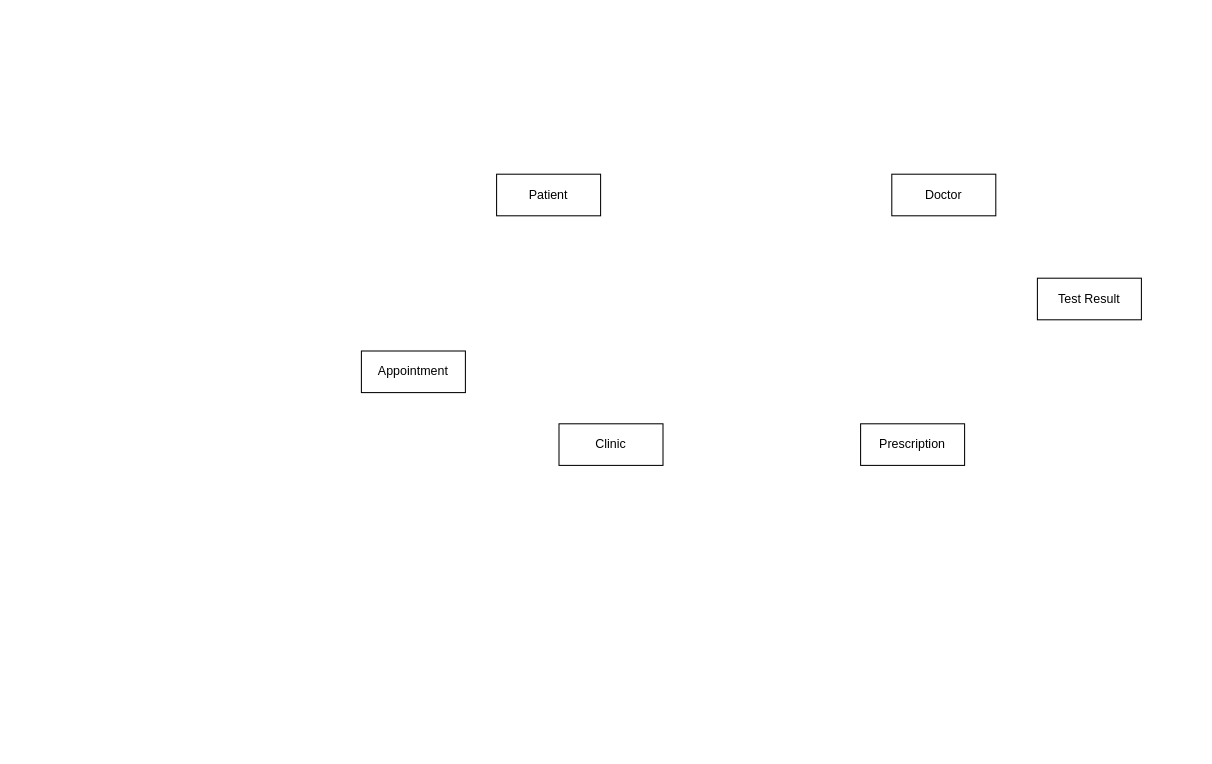
Earlier version of the draw.io diagram Qlypk.drawio (Kkrommm24/Project_SQLSERVER). Source tidied: cells renumbered, new cells numbered last; positions are measured from the earlier drawing's top-left corner, leaving out a move shared by most shapes. Both pictures are drawn from the tidied source at 104%, with x=0, y=0 at pixel (361, 174).
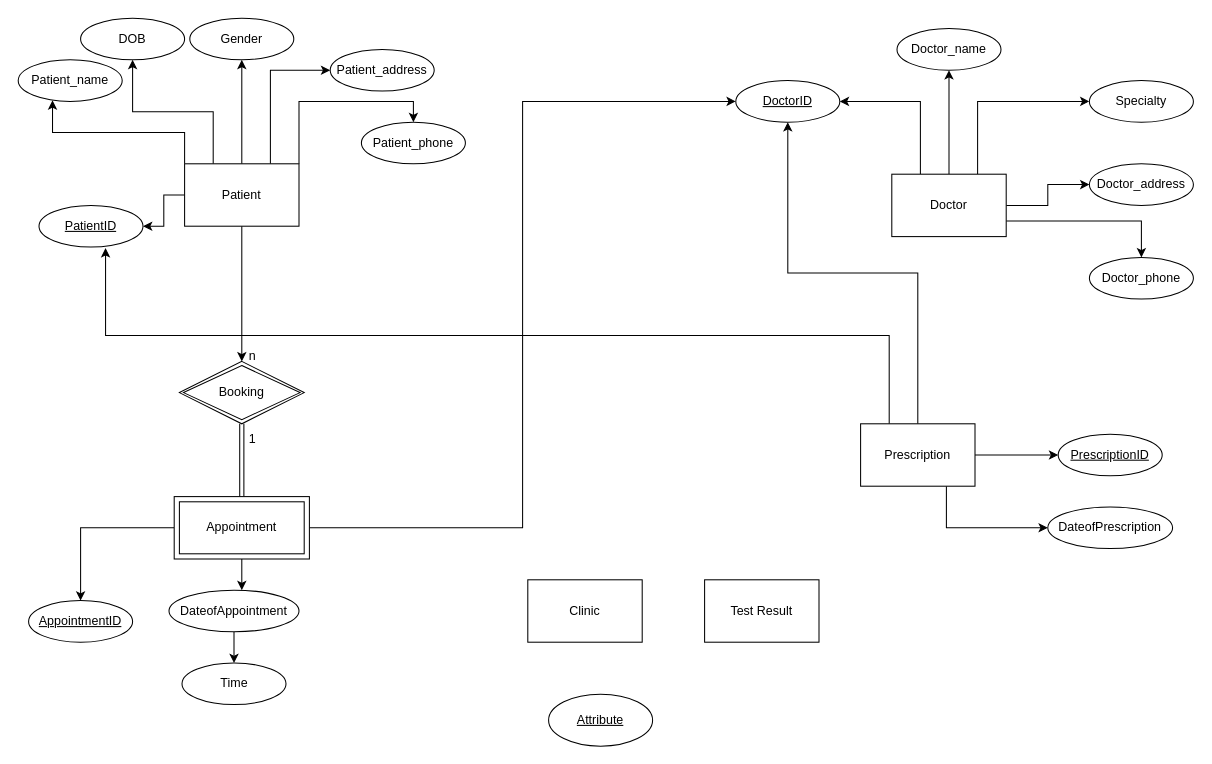
After the change.

Change to the diagram source:
```diff
@@
+    <mxCell id="8" style="edgeStyle=orthogonalEdgeStyle;rounded=0;jettySize=auto;html=1;exitX=0;exitY=0;exitDx=0;exitDy=0;entryX=0.33;entryY=0.975;entryDx=0;entryDy=0;entryPerimeter=0;" parent="1" edge="1" source="2" target="25">
+      <mxGeometry relative="1" as="geometry" />
+    </mxCell>
+    <mxCell id="9" style="edgeStyle=orthogonalEdgeStyle;rounded=0;jettySize=auto;html=1;exitX=0.5;exitY=0;exitDx=0;exitDy=0;" parent="1" edge="1" source="2" target="27">
+      <mxGeometry relative="1" as="geometry" />
+    </mxCell>
+    <mxCell id="10" style="edgeStyle=orthogonalEdgeStyle;rounded=0;jettySize=auto;html=1;exitX=0;exitY=0.5;exitDx=0;exitDy=0;entryX=1;entryY=0.5;entryDx=0;entryDy=0;" parent="1" edge="1" source="2" target="24">
+      <mxGeometry relative="1" as="geometry" />
+    </mxCell>
+    <mxCell id="11" style="edgeStyle=orthogonalEdgeStyle;rounded=0;jettySize=auto;html=1;exitX=1;exitY=0;exitDx=0;exitDy=0;entryX=0.5;entryY=0;entryDx=0;entryDy=0;" parent="1" edge="1" source="2" target="29">
+      <mxGeometry relative="1" as="geometry" />
+    </mxCell>
+    <mxCell id="12" style="edgeStyle=orthogonalEdgeStyle;rounded=0;jettySize=auto;html=1;exitX=0.25;exitY=0;exitDx=0;exitDy=0;entryX=0.5;entryY=1;entryDx=0;entryDy=0;" parent="1" edge="1" source="2" target="28">
+      <mxGeometry relative="1" as="geometry" />
+    </mxCell>
+    <mxCell id="13" style="edgeStyle=orthogonalEdgeStyle;rounded=0;jettySize=auto;html=1;exitX=0.75;exitY=0;exitDx=0;exitDy=0;entryX=0;entryY=0.5;entryDx=0;entryDy=0;" parent="1" edge="1" source="2" target="26">
+      <mxGeometry relative="1" as="geometry" />
+    </mxCell>
+    <mxCell id="14" style="edgeStyle=orthogonalEdgeStyle;rounded=0;jettySize=auto;html=1;exitX=0.5;exitY=1;exitDx=0;exitDy=0;" parent="1" edge="1" source="2" target="48">
+      <mxGeometry relative="1" as="geometry" />
+    </mxCell>
     <mxCell id="2" value="Patient" style="whiteSpace=wrap;html=1;align=center;" parent="1" vertex="1">
-      <mxGeometry x="130" width="100" height="40" as="geometry" />
+      <mxGeometry x="-170" y="-10" width="110" height="60" as="geometry" />
     </mxCell>
+    <mxCell id="15" style="edgeStyle=orthogonalEdgeStyle;rounded=0;jettySize=auto;html=1;exitX=0.25;exitY=0;exitDx=0;exitDy=0;entryX=1;entryY=0.5;entryDx=0;entryDy=0;" parent="1" edge="1" source="3" target="30">
+      <mxGeometry relative="1" as="geometry" />
+    </mxCell>
+    <mxCell id="16" style="edgeStyle=orthogonalEdgeStyle;rounded=0;jettySize=auto;html=1;exitX=0.5;exitY=0;exitDx=0;exitDy=0;entryX=0.5;entryY=1;entryDx=0;entryDy=0;" parent="1" edge="1" source="3" target="34">
+      <mxGeometry relative="1" as="geometry" />
+    </mxCell>
+    <mxCell id="17" style="edgeStyle=orthogonalEdgeStyle;rounded=0;jettySize=auto;html=1;exitX=0.75;exitY=0;exitDx=0;exitDy=0;entryX=0;entryY=0.5;entryDx=0;entryDy=0;" parent="1" edge="1" source="3" target="33">
+      <mxGeometry relative="1" as="geometry" />
+    </mxCell>
+    <mxCell id="18" style="edgeStyle=orthogonalEdgeStyle;rounded=0;jettySize=auto;html=1;exitX=1;exitY=0.75;exitDx=0;exitDy=0;entryX=0.5;entryY=0;entryDx=0;entryDy=0;" parent="1" edge="1" source="3" target="31">
+      <mxGeometry relative="1" as="geometry" />
+    </mxCell>
+    <mxCell id="19" style="edgeStyle=orthogonalEdgeStyle;rounded=0;jettySize=auto;html=1;exitX=1;exitY=0.5;exitDx=0;exitDy=0;entryX=0;entryY=0.5;entryDx=0;entryDy=0;" parent="1" edge="1" source="3" target="32">
+      <mxGeometry relative="1" as="geometry" />
+    </mxCell>
     <mxCell id="3" value="Doctor" style="whiteSpace=wrap;html=1;align=center;" parent="1" vertex="1">
-      <mxGeometry x="510" width="100" height="40" as="geometry" />
+      <mxGeometry x="510" width="110" height="60" as="geometry" />
     </mxCell>
-    <mxCell id="4" value="Appointment" style="whiteSpace=wrap;html=1;align=center;" parent="1" vertex="1">
-      <mxGeometry y="170" width="100" height="40" as="geometry" />
-    </mxCell>
     <mxCell id="5" value="Clinic" style="whiteSpace=wrap;html=1;align=center;" parent="1" vertex="1">
-      <mxGeometry x="190" y="240" width="100" height="40" as="geometry" />
+      <mxGeometry x="160" y="390" width="110" height="60" as="geometry" />
     </mxCell>
+    <mxCell id="20" style="edgeStyle=orthogonalEdgeStyle;rounded=0;jettySize=auto;html=1;exitX=1;exitY=0.5;exitDx=0;exitDy=0;entryX=0;entryY=0.5;entryDx=0;entryDy=0;" parent="1" edge="1" source="6" target="40">
+      <mxGeometry relative="1" as="geometry" />
+    </mxCell>
+    <mxCell id="21" style="edgeStyle=orthogonalEdgeStyle;rounded=0;jettySize=auto;html=1;exitX=0.75;exitY=1;exitDx=0;exitDy=0;entryX=0;entryY=0.5;entryDx=0;entryDy=0;" parent="1" edge="1" source="6" target="41">
+      <mxGeometry relative="1" as="geometry" />
+    </mxCell>
+    <mxCell id="22" style="edgeStyle=orthogonalEdgeStyle;rounded=0;jettySize=auto;html=1;exitX=0.5;exitY=0;exitDx=0;exitDy=0;entryX=0.5;entryY=1;entryDx=0;entryDy=0;" parent="1" edge="1" source="6" target="30">
+      <mxGeometry relative="1" as="geometry" />
+    </mxCell>
+    <mxCell id="23" style="edgeStyle=orthogonalEdgeStyle;rounded=0;jettySize=auto;html=1;exitX=0.25;exitY=0;exitDx=0;exitDy=0;entryX=0.64;entryY=1.025;entryDx=0;entryDy=0;entryPerimeter=0;" parent="1" edge="1" source="6" target="24">
+      <mxGeometry relative="1" as="geometry" />
+    </mxCell>
     <mxCell id="6" value="Prescription" style="whiteSpace=wrap;html=1;align=center;" parent="1" vertex="1">
-      <mxGeometry x="480" y="240" width="100" height="40" as="geometry" />
+      <mxGeometry x="480" y="240" width="110" height="60" as="geometry" />
     </mxCell>
     <mxCell id="7" value="Test Result" style="whiteSpace=wrap;html=1;align=center;" parent="1" vertex="1">
-      <mxGeometry x="650" y="100" width="100" height="40" as="geometry" />
+      <mxGeometry x="330" y="390" width="110" height="60" as="geometry" />
     </mxCell>
+    <mxCell id="24" value="PatientID" style="ellipse;whiteSpace=wrap;html=1;align=center;fontStyle=4;" parent="1" vertex="1">
+      <mxGeometry x="-310" y="30" width="100" height="40" as="geometry" />
+    </mxCell>
+    <mxCell id="25" value="Patient_name" style="ellipse;whiteSpace=wrap;html=1;align=center;" parent="1" vertex="1">
+      <mxGeometry x="-330" y="-110" width="100" height="40" as="geometry" />
+    </mxCell>
+    <mxCell id="26" value="Patient_address" style="ellipse;whiteSpace=wrap;html=1;align=center;" parent="1" vertex="1">
+      <mxGeometry x="-30" y="-120" width="100" height="40" as="geometry" />
+    </mxCell>
+    <mxCell id="27" value="Gender" style="ellipse;whiteSpace=wrap;html=1;align=center;" parent="1" vertex="1">
+      <mxGeometry x="-165" y="-150" width="100" height="40" as="geometry" />
+    </mxCell>
+    <mxCell id="28" value="DOB" style="ellipse;whiteSpace=wrap;html=1;align=center;" parent="1" vertex="1">
+      <mxGeometry x="-270" y="-150" width="100" height="40" as="geometry" />
+    </mxCell>
+    <mxCell id="29" value="Patient_phone" style="ellipse;whiteSpace=wrap;html=1;align=center;" parent="1" vertex="1">
+      <mxGeometry y="-50" width="100" height="40" as="geometry" />
+    </mxCell>
+    <mxCell id="30" value="DoctorID" style="ellipse;whiteSpace=wrap;html=1;align=center;fontStyle=4;" parent="1" vertex="1">
+      <mxGeometry x="360" y="-90" width="100" height="40" as="geometry" />
+    </mxCell>
+    <mxCell id="31" value="Doctor_phone" style="ellipse;whiteSpace=wrap;html=1;align=center;" parent="1" vertex="1">
+      <mxGeometry x="700" y="80" width="100" height="40" as="geometry" />
+    </mxCell>
+    <mxCell id="32" value="Doctor_address" style="ellipse;whiteSpace=wrap;html=1;align=center;" parent="1" vertex="1">
+      <mxGeometry x="700" y="-10" width="100" height="40" as="geometry" />
+    </mxCell>
+    <mxCell id="33" value="Specialty" style="ellipse;whiteSpace=wrap;html=1;align=center;" parent="1" vertex="1">
+      <mxGeometry x="700" y="-90" width="100" height="40" as="geometry" />
+    </mxCell>
+    <mxCell id="34" value="Doctor_name" style="ellipse;whiteSpace=wrap;html=1;align=center;" parent="1" vertex="1">
+      <mxGeometry x="515" y="-140" width="100" height="40" as="geometry" />
+    </mxCell>
+    <mxCell id="35" value="Attribute" style="ellipse;whiteSpace=wrap;html=1;align=center;fontStyle=4;" parent="1" vertex="1">
+      <mxGeometry x="180" y="500" width="100" height="50" as="geometry" />
+    </mxCell>
+    <mxCell id="36" value="AppointmentID" style="ellipse;whiteSpace=wrap;html=1;align=center;fontStyle=4;" parent="1" vertex="1">
+      <mxGeometry x="-320" y="410" width="100" height="40" as="geometry" />
+    </mxCell>
+    <mxCell id="37" value="Time" style="ellipse;whiteSpace=wrap;html=1;align=center;" parent="1" vertex="1">
+      <mxGeometry x="-172.5" y="470" width="100" height="40" as="geometry" />
+    </mxCell>
+    <mxCell id="38" style="edgeStyle=orthogonalEdgeStyle;rounded=0;jettySize=auto;html=1;exitX=0.5;exitY=1;exitDx=0;exitDy=0;entryX=0.5;entryY=0;entryDx=0;entryDy=0;" parent="1" edge="1" source="39" target="37">
+      <mxGeometry relative="1" as="geometry" />
+    </mxCell>
+    <mxCell id="39" value="DateofAppointment" style="ellipse;whiteSpace=wrap;html=1;align=center;" parent="1" vertex="1">
+      <mxGeometry x="-185" y="400" width="125" height="40" as="geometry" />
+    </mxCell>
+    <mxCell id="40" value="PrescriptionID" style="ellipse;whiteSpace=wrap;html=1;align=center;fontStyle=4;" parent="1" vertex="1">
+      <mxGeometry x="670" y="250" width="100" height="40" as="geometry" />
+    </mxCell>
+    <mxCell id="41" value="DateofPrescription" style="ellipse;whiteSpace=wrap;html=1;align=center;" parent="1" vertex="1">
+      <mxGeometry x="660" y="320" width="120" height="40" as="geometry" />
+    </mxCell>
+    <mxCell id="42" value="n" style="text;html=1;align=center;verticalAlign=middle;strokeColor=none;fillColor=none;" parent="1" vertex="1">
+      <mxGeometry x="-120" y="160" width="30" height="30" as="geometry" />
+    </mxCell>
+    <mxCell id="43" value="1" style="text;html=1;align=center;verticalAlign=middle;strokeColor=none;fillColor=none;" parent="1" vertex="1">
+      <mxGeometry x="-120" y="240" width="30" height="30" as="geometry" />
+    </mxCell>
+    <mxCell id="44" style="edgeStyle=orthogonalEdgeStyle;rounded=0;jettySize=auto;html=1;exitX=1;exitY=0.5;exitDx=0;exitDy=0;entryX=0;entryY=0.5;entryDx=0;entryDy=0;" parent="1" edge="1" source="4" target="30">
+      <mxGeometry relative="1" as="geometry" />
+    </mxCell>
+    <mxCell id="45" style="edgeStyle=orthogonalEdgeStyle;rounded=0;jettySize=auto;html=1;exitX=0.5;exitY=1;exitDx=0;exitDy=0;entryX=0.56;entryY=0;entryDx=0;entryDy=0;entryPerimeter=0;" parent="1" edge="1" source="4" target="39">
+      <mxGeometry relative="1" as="geometry" />
+    </mxCell>
+    <mxCell id="46" style="edgeStyle=orthogonalEdgeStyle;rounded=0;jettySize=auto;html=1;exitX=0;exitY=0.5;exitDx=0;exitDy=0;entryX=0.5;entryY=0;entryDx=0;entryDy=0;" parent="1" edge="1" source="4" target="36">
+      <mxGeometry relative="1" as="geometry" />
+    </mxCell>
+    <mxCell id="47" style="edgeStyle=orthogonalEdgeStyle;rounded=0;jettySize=auto;html=1;exitX=0.5;exitY=0;exitDx=0;exitDy=0;entryX=0.5;entryY=1;entryDx=0;entryDy=0;shape=link;" parent="1" edge="1" source="4" target="48">
+      <mxGeometry relative="1" as="geometry" />
+    </mxCell>
+    <mxCell id="4" value="Appointment" style="shape=ext;margin=3;double=1;whiteSpace=wrap;html=1;align=center;" parent="1" vertex="1">
+      <mxGeometry x="-180" y="310" width="130" height="60" as="geometry" />
+    </mxCell>
+    <mxCell id="48" value="Booking" style="shape=rhombus;double=1;perimeter=rhombusPerimeter;whiteSpace=wrap;html=1;align=center;" parent="1" vertex="1">
+      <mxGeometry x="-175" y="180" width="120" height="60" as="geometry" />
+    </mxCell>
```
